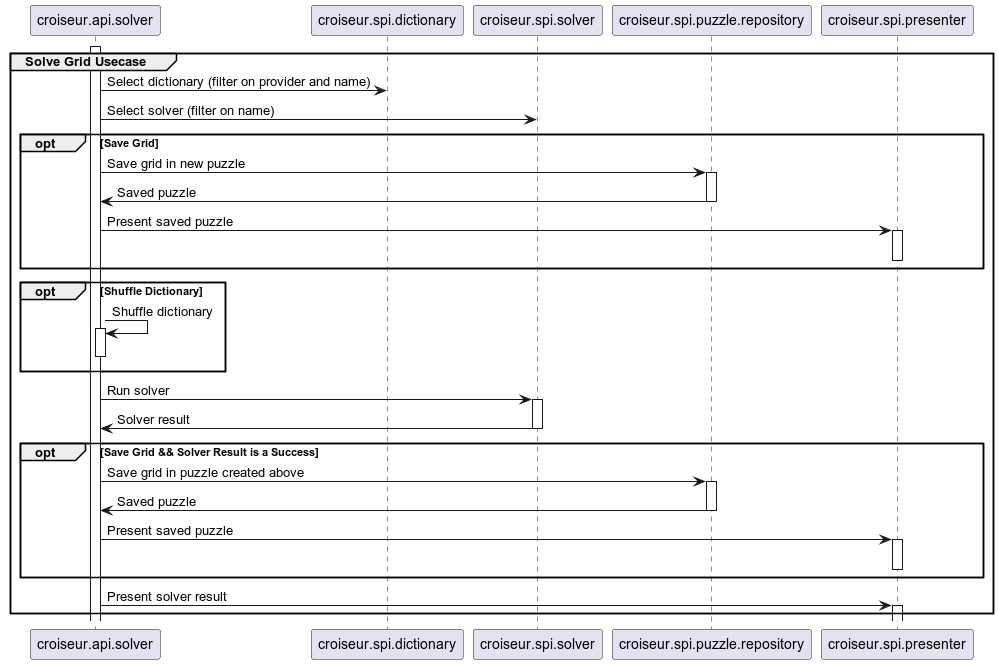
The PlantUML diagram doc/reference/puml/sequence/image/output/solve-grid-core.png in super7ramp/croiseur, before a commit. The source it was exported from:
```plantuml
@startuml
group Solve Grid Usecase
participant croiseur.api.solver
participant croiseur.spi.dictionary
participant croiseur.spi.solver
participant croiseur.spi.puzzle.repository
participant croiseur.spi.presenter

activate croiseur.api.solver
croiseur.api.solver -> croiseur.spi.dictionary : Select dictionary (filter on provider and name)

croiseur.api.solver -> croiseur.spi.solver : Select solver (filter on name)

opt Save Grid
  croiseur.api.solver -> croiseur.spi.puzzle.repository : Save grid in new puzzle
  activate croiseur.spi.puzzle.repository
  croiseur.spi.puzzle.repository -> croiseur.api.solver : Saved puzzle
  deactivate croiseur.spi.puzzle.repository
  croiseur.api.solver -> croiseur.spi.presenter : Present saved puzzle
  activate croiseur.spi.presenter
  deactivate croiseur.spi.presenter
end opt

opt Shuffle Dictionary
  croiseur.api.solver -> croiseur.api.solver : Shuffle dictionary
  activate croiseur.api.solver
  deactivate croiseur.api.solver
end opt

croiseur.api.solver -> croiseur.spi.solver : Run solver
activate croiseur.spi.solver
croiseur.spi.solver -> croiseur.api.solver : Solver result
deactivate croiseur.spi.solver

opt Save Grid && Solver Result is a Success
  croiseur.api.solver -> croiseur.spi.puzzle.repository : Save grid in puzzle created above
  activate croiseur.spi.puzzle.repository
  croiseur.spi.puzzle.repository -> croiseur.api.solver : Saved puzzle
  deactivate croiseur.spi.puzzle.repository
  croiseur.api.solver -> croiseur.spi.presenter : Present saved puzzle
  activate croiseur.spi.presenter
  deactivate croiseur.spi.presenter
end opt

croiseur.api.solver -> croiseur.spi.presenter : Present solver result
activate croiseur.spi.presenter
end
@enduml
```
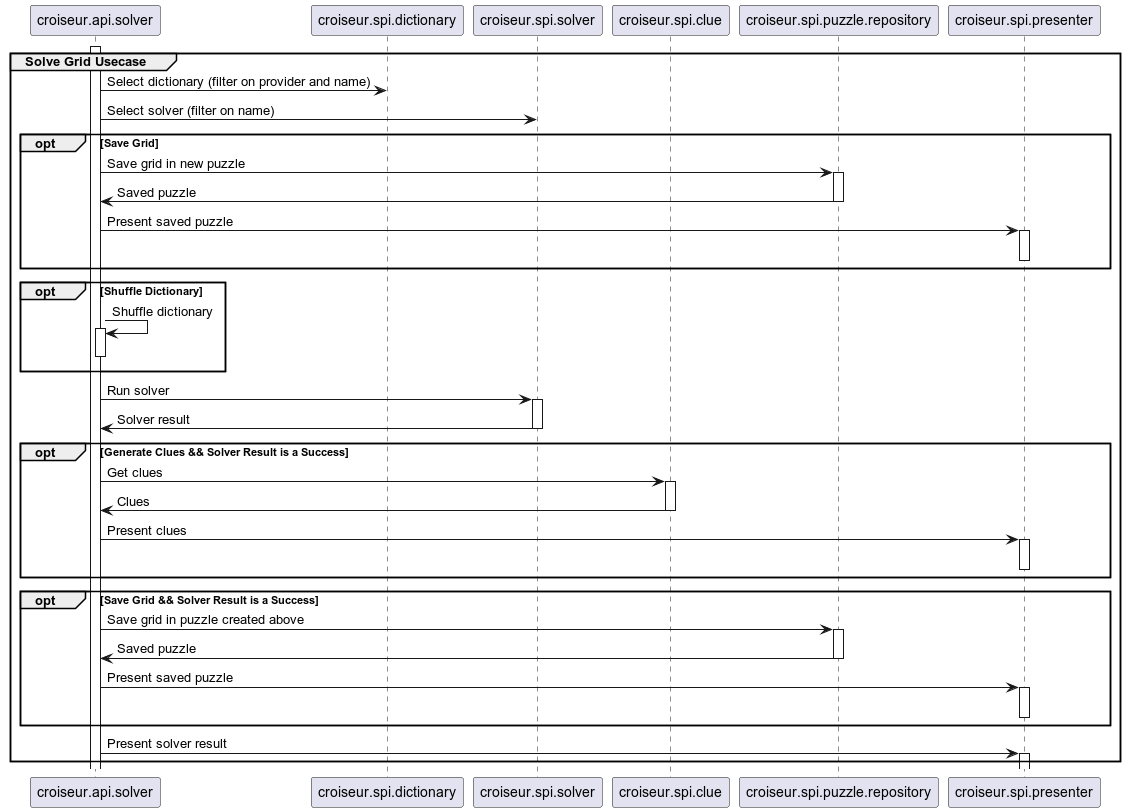
After the commit.

Commit message:
doc: Update solve usecase sequence diagram

Diff of the diagram source:
```diff
@@ -3,6 +3,7 @@
 participant croiseur.api.solver
 participant croiseur.spi.dictionary
 participant croiseur.spi.solver
+participant croiseur.spi.clue
 participant croiseur.spi.puzzle.repository
 participant croiseur.spi.presenter
 
@@ -32,6 +33,16 @@
 croiseur.spi.solver -> croiseur.api.solver : Solver result
 deactivate croiseur.spi.solver
 
+opt Generate Clues && Solver Result is a Success
+  croiseur.api.solver -> croiseur.spi.clue : Get clues
+  activate croiseur.spi.clue
+  croiseur.spi.clue -> croiseur.api.solver : Clues
+  deactivate croiseur.spi.clue
+  croiseur.api.solver -> croiseur.spi.presenter : Present clues
+  activate croiseur.spi.presenter
+  deactivate croiseur.spi.presenter
+end opt
+
 opt Save Grid && Solver Result is a Success
   croiseur.api.solver -> croiseur.spi.puzzle.repository : Save grid in puzzle created above
   activate croiseur.spi.puzzle.repository
```
